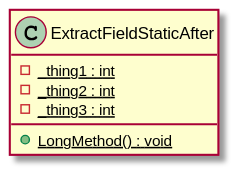
Before: uml/Extract/After/ExtractFieldStaticAfter.svg, a diagram exported from PlantUML (claremacrae/RefactoringSamples).
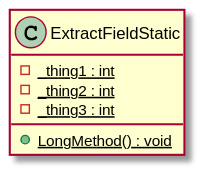
After the change.

Commit message:
Remove unnecessary After suffix from class names

Diff of the diagram source:
```diff
@@ -1,5 +1,5 @@
 @startuml
-class ExtractFieldStaticAfter {
+class ExtractFieldStatic {
     - {static} _thing1 : int
     - {static} _thing2 : int
     - {static} _thing3 : int
```
